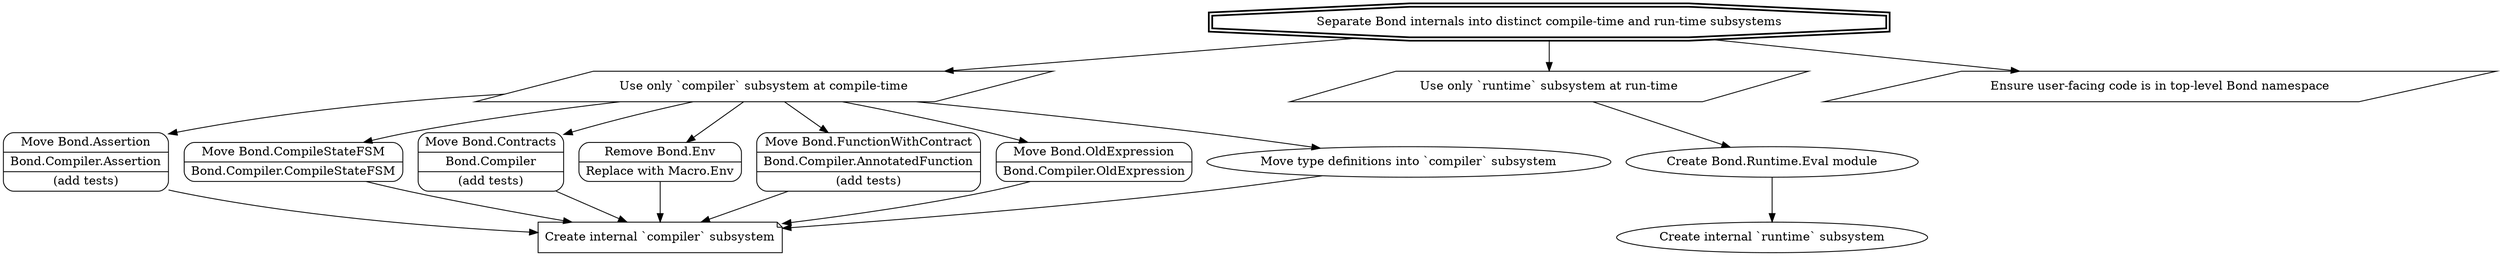
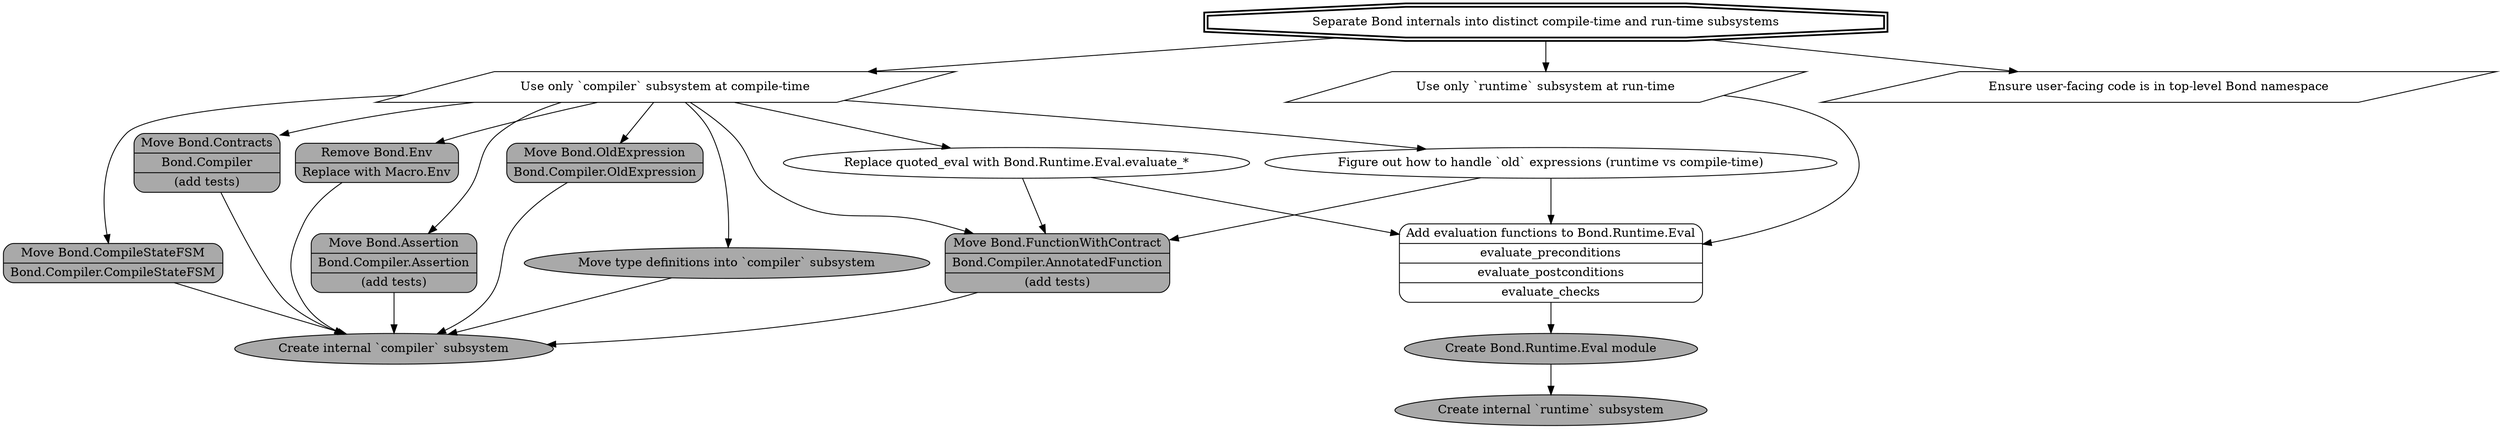
digraph {
  goal [label="Separate Bond internals into distinct compile-time and run-time subsystems", style=bold, shape=doubleoctagon]
-   compiler_subsystem [label="Create internal `compiler` subsystem", shape=note]
-   runtime_subsystem [label="Create internal `runtime` subsystem"]
+   compiler_subsystem [label="Create internal `compiler` subsystem", fillcolor=darkgrey, style=filled]
+   runtime_subsystem [label="Create internal `runtime` subsystem", fillcolor=darkgrey, style=filled]

  compile_time [label="Use only `compiler` subsystem at compile-time", shape=parallelogram]
  run_time [label="Use only `runtime` subsystem at run-time", shape=parallelogram]
  user_code [label="Ensure user-facing code is in top-level Bond namespace", shape=parallelogram]
-   create_bond_eval [label="Create Bond.Runtime.Eval module"]
-   move_assertion [shape=Mrecord, label="{Move Bond.Assertion|Bond.Compiler.Assertion|(add tests)}"]
-   move_compiler_fsm [shape=Mrecord, label="{Move Bond.CompileStateFSM|Bond.Compiler.CompileStateFSM}"]
-   move_contracts [shape=Mrecord, label="{Move Bond.Contracts|Bond.Compiler|(add tests)}"]
-   remove_env [shape=Mrecord, label="{Remove Bond.Env|Replace with Macro.Env}"]
-   move_function_with_contract [shape=Mrecord, label="{Move Bond.FunctionWithContract|Bond.Compiler.AnnotatedFunction|(add tests)}"]
-   move_old_expression [shape=Mrecord, label="{Move Bond.OldExpression|Bond.Compiler.OldExpression}"]
-   move_type_defs [label="Move type definitions into `compiler` subsystem"]
-   // create_annotated_function [label="Create Bond.Compiler.AnnotatedFunction"]
-   // annotated_function_struct [label="Add struct to AnnotatedFunction"]
+   move_type_defs [label="Move type definitions into `compiler` subsystem", fillcolor=darkgrey, style=filled]
+   move_assertion [shape=Mrecord, label="{Move Bond.Assertion|Bond.Compiler.Assertion|(add tests)}", fillcolor=darkgrey, style=filled]
+   move_compiler_fsm [shape=Mrecord, label="{Move Bond.CompileStateFSM|Bond.Compiler.CompileStateFSM}", fillcolor=darkgrey, style=filled]
+   move_contracts [shape=Mrecord, label="{Move Bond.Contracts|Bond.Compiler|(add tests)}", fillcolor=darkgrey, style=filled]
+   remove_env [shape=Mrecord, label="{Remove Bond.Env|Replace with Macro.Env}", fillcolor=darkgrey, style=filled]
+   move_function_with_contract [shape=Mrecord, label="{Move Bond.FunctionWithContract|Bond.Compiler.AnnotatedFunction|(add tests)}", fillcolor=darkgrey, style=filled]
+   move_old_expression [shape=Mrecord, label="{Move Bond.OldExpression|Bond.Compiler.OldExpression}", fillcolor=darkgrey, style=filled]
+   create_bond_eval [label="Create Bond.Runtime.Eval module", fillcolor=darkgrey, style=filled]
+   add_eval_functions_to_bond_eval [shape=Mrecord, label="{Add evaluation functions to Bond.Runtime.Eval|evaluate_preconditions|evaluate_postconditions|evaluate_checks}"]
+   handle_old_expressions [label="Figure out how to handle `old` expressions (runtime vs compile-time)"]
+   replace_quoted_eval [label="Replace quoted_eval with Bond.Runtime.Eval.evaluate_*"]
  // annotated_function_multi_clause [label="AnnotatedFunction represents all clauses of a function"]
-   // replace_function_with_contract_with_annotated_function [label="Replace FunctionWithContract with AnnotatedFunction"]

  goal -> compile_time -> {move_assertion move_compiler_fsm move_contracts remove_env move_function_with_contract move_old_expression move_type_defs} -> compiler_subsystem
-   // goal -> replace_function_with_contract_with_annotated_function -> annotated_function_multi_clause -> annotated_function_struct -> create_annotated_function -> compiler
-   goal -> run_time -> create_bond_eval -> runtime_subsystem
+   compile_time -> {replace_quoted_eval handle_old_expressions} -> {move_function_with_contract add_eval_functions_to_bond_eval}
+   goal -> run_time -> add_eval_functions_to_bond_eval -> create_bond_eval -> runtime_subsystem
  goal -> user_code
}
